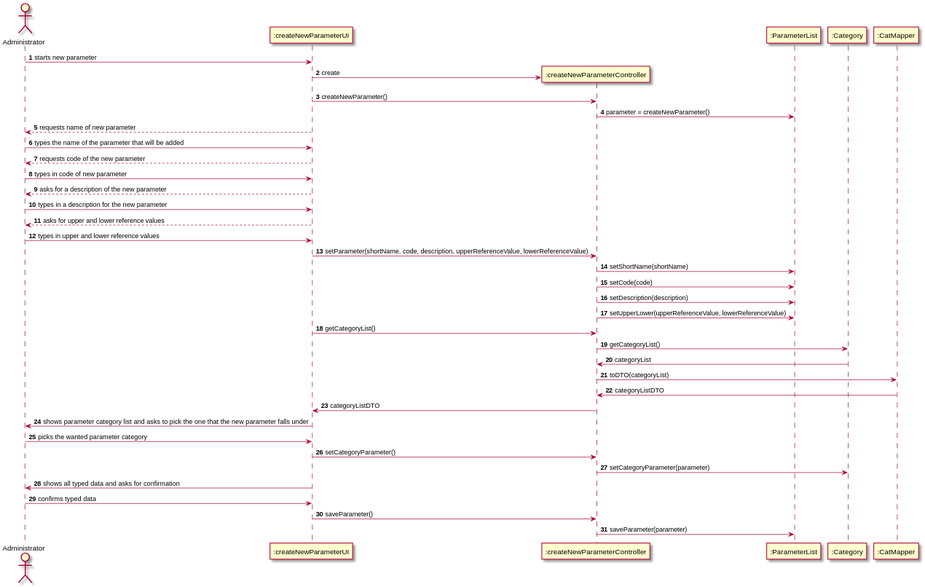
Above: docs/SprintB/US10/US10_SD.svg in MadDinosaur/ISEP-LAPR2 (PlantUML), before the change.
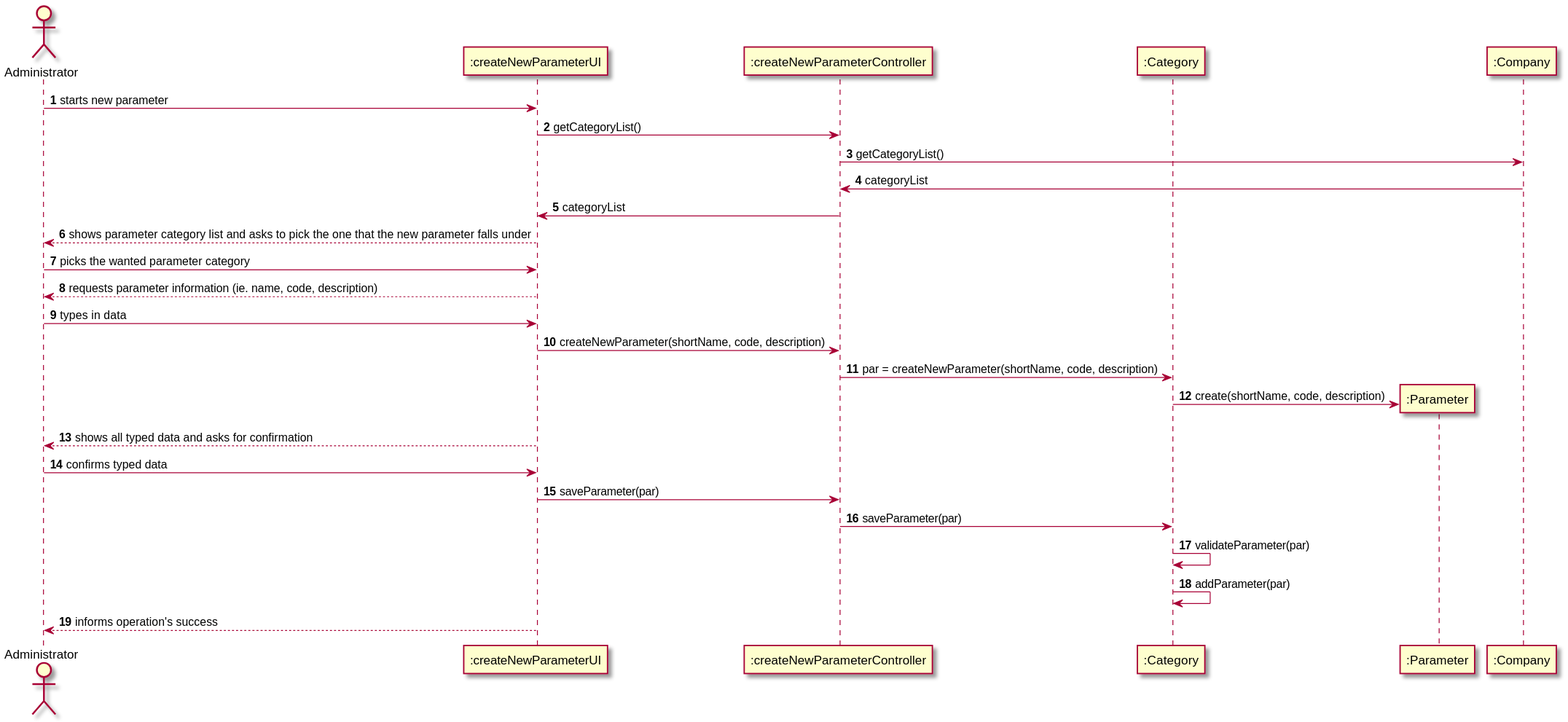
Later version of the same file.

Commit message:
Altered SSD, SD, CD and CreateNewParameterController, Category, Company, Parameter and CreateNewParameterUI

Diff of the diagram source:
```diff
@@ -5,42 +5,29 @@
 actor Administrator as admin
 participant ":createNewParameterUI" as UI
 participant ":createNewParameterController" as Controller
-participant ":ParameterList" as param
 participant ":Category" as cat
-participant ":CatMapper" as map
+participant ":Parameter" as param
+participant ":Company" as comp
 
 admin -> UI: starts new parameter
-create Controller
-UI -> Controller: create
-UI -> Controller: createNewParameter()
-Controller -> param: parameter = createNewParameter()
-UI --> admin: requests name of new parameter
-admin -> UI: types the name of the parameter that will be added
-UI --> admin: requests code of the new parameter
-admin -> UI: types in code of new parameter
-UI --> admin: asks for a description of the new parameter
-admin -> UI: types in a description for the new parameter
-UI --> admin: asks for upper and lower reference values
-admin -> UI: types in upper and lower reference values
-UI -> Controller: setParameter(shortName, code, description, upperReferenceValue, lowerReferenceValue)
-Controller -> param: setShortName(shortName)
-Controller -> param: setCode(code)
-Controller -> param: setDescription(description)
-Controller -> param: setUpperLower(upperReferenceValue, lowerReferenceValue)
 UI -> Controller: getCategoryList()
-Controller -> cat: getCategoryList()
-cat -> Controller: categoryList
-Controller -> map: toDTO(categoryList)
-map -> Controller: categoryListDTO
-Controller -> UI: categoryListDTO
-UI -> admin: shows parameter category list and asks to pick the one that the new parameter falls under
+Controller -> comp: getCategoryList()
+comp -> Controller: categoryList
+Controller -> UI: categoryList
+UI --> admin: shows parameter category list and asks to pick the one that the new parameter falls under
 admin -> UI: picks the wanted parameter category
-UI -> Controller: setCategoryParameter()
-Controller -> cat: setCategoryParameter(parameter)
-UI -> admin: shows all typed data and asks for confirmation
+UI --> admin: requests parameter information (ie. name, code, description)
+admin -> UI: types in data
+UI -> Controller: createNewParameter(shortName, code, description)
+Controller -> cat: par = createNewParameter(shortName, code, description)
+create param
+cat -> param: create(shortName, code, description)
+UI --> admin: shows all typed data and asks for confirmation
 admin -> UI: confirms typed data
-UI -> Controller: saveParameter()
-Controller -> param: saveParameter(parameter)
-
+UI -> Controller: saveParameter(par)
+Controller -> cat: saveParameter(par)
+cat -> cat: validateParameter(par)
+cat -> cat: addParameter(par)
+UI --> admin: informs operation's success
 
 @enduml
```
